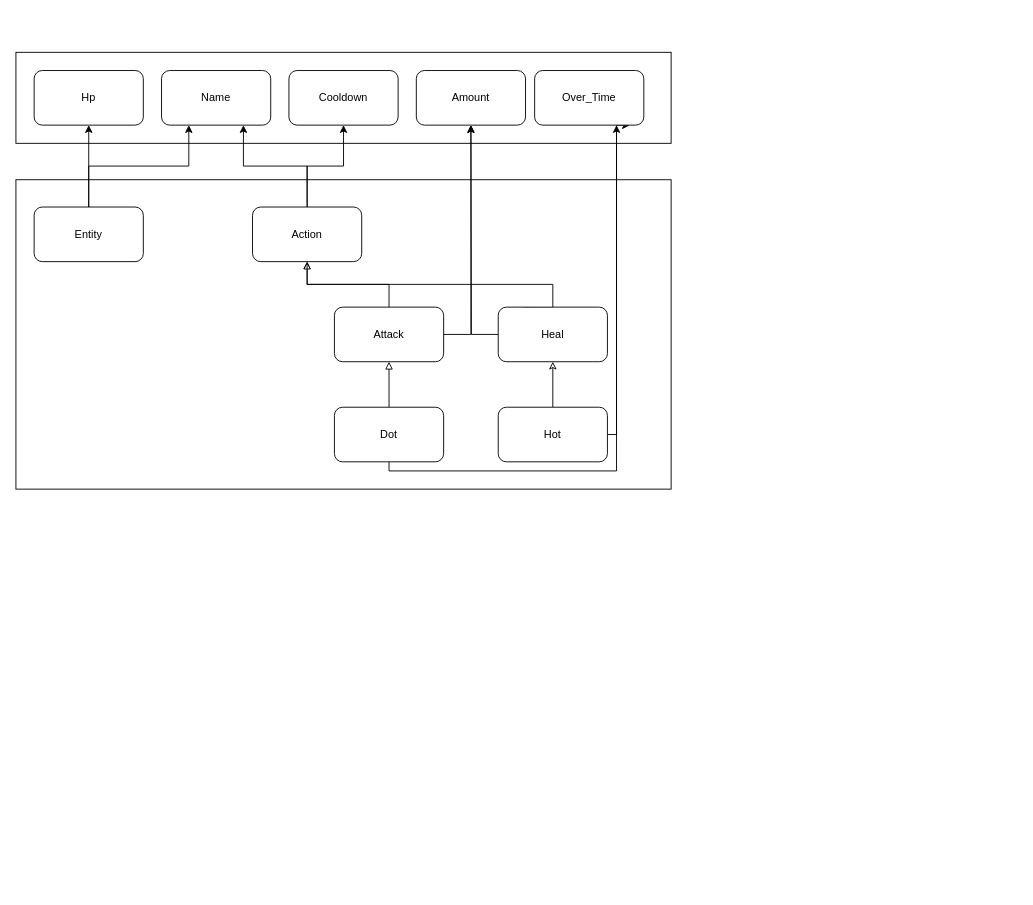
The draw.io diagram page "Components" (3 of 4) of Godot.drawio in kipikipoddev/Godot_Demo, before the edit. Source tidied: cells renumbered, new cells numbered last; positions are measured from the earlier drawing's top-left corner, leaving out a move shared by most shapes. Both pictures are drawn from the tidied source at 91%, with x=0, y=0 at pixel (15, 52).
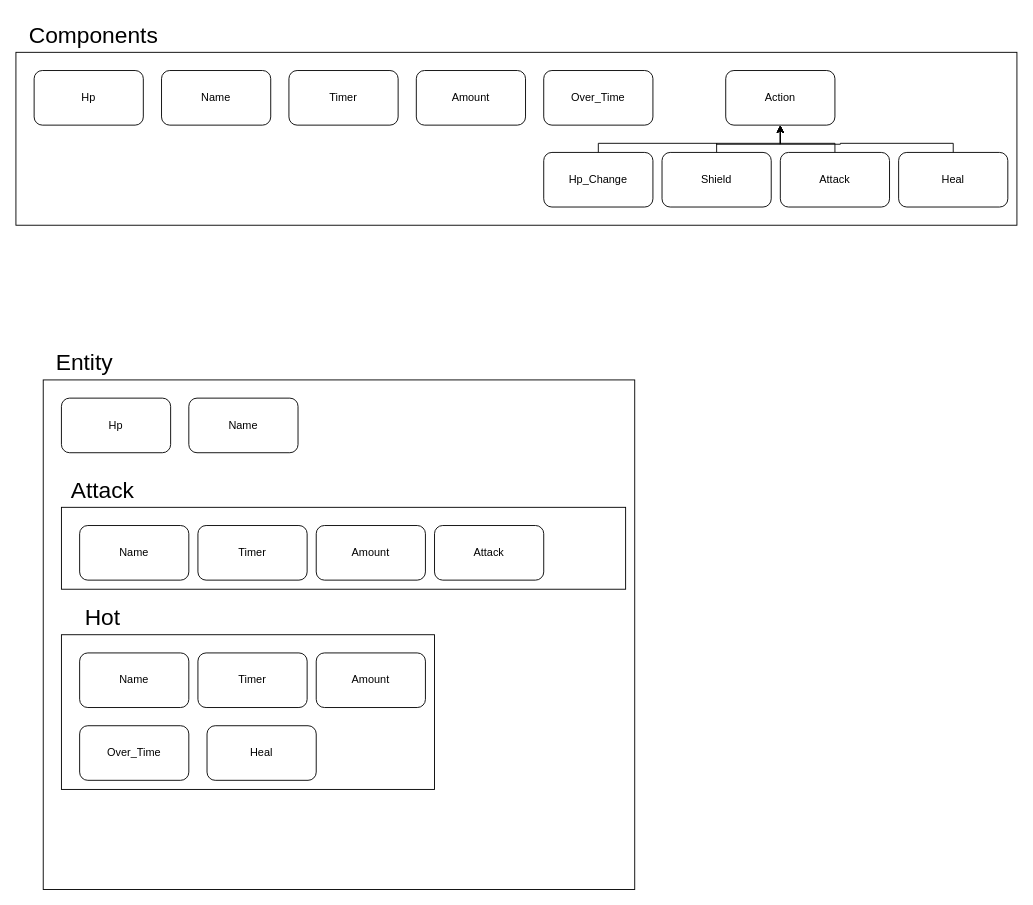
After the change.

The change refers to these unchanged cells:
```xml
<mxCell id="4" value="Hp" style="rounded=1;whiteSpace=wrap;html=1;" parent="1" vertex="1">
  <mxGeometry x="20" y="20" width="120" height="60" as="geometry" />
</mxCell>
<mxCell id="5" value="Name" style="rounded=1;whiteSpace=wrap;html=1;" parent="1" vertex="1">
  <mxGeometry x="160" y="20" width="120" height="60" as="geometry" />
</mxCell>
<mxCell id="6" value="Amount" style="rounded=1;whiteSpace=wrap;html=1;" parent="1" vertex="1">
  <mxGeometry x="440" y="20" width="120" height="60" as="geometry" />
</mxCell>
```

The edit, as a diff of the source:
```diff
@@
-    <mxCell id="2" style="rounded=0;whiteSpace=wrap;html=1;" parent="1" vertex="1">
-      <mxGeometry y="140" width="720" height="340" as="geometry" />
-    </mxCell>
     <mxCell id="3" style="rounded=0;whiteSpace=wrap;html=1;" parent="1" vertex="1">
-      <mxGeometry width="720" height="100" as="geometry" />
+      <mxGeometry width="1100" height="190" as="geometry" />
     </mxCell>
@@
-    <mxCell id="7" style="edgeStyle=orthogonalEdgeStyle;rounded=0;jettySize=auto;html=1;exitX=0.5;exitY=0;exitDx=0;exitDy=0;entryX=0.5;entryY=1;entryDx=0;entryDy=0;endArrow=open;endFill=0;" parent="1" edge="1" source="9" target="25">
-      <mxGeometry relative="1" as="geometry" />
-    </mxCell>
-    <mxCell id="8" style="edgeStyle=orthogonalEdgeStyle;rounded=0;jettySize=auto;html=1;exitX=1;exitY=0.5;exitDx=0;exitDy=0;entryX=0.5;entryY=1;entryDx=0;entryDy=0;" parent="1" edge="1" source="9" target="6">
-      <mxGeometry relative="1" as="geometry">
-        <Array as="points">
-          <mxPoint x="500" y="310" />
-        </Array>
-      </mxGeometry>
-    </mxCell>
-    <mxCell id="9" value="Attack" style="rounded=1;whiteSpace=wrap;html=1;" parent="1" vertex="1">
-      <mxGeometry x="350" y="280" width="120" height="60" as="geometry" />
-    </mxCell>
-    <mxCell id="10" style="edgeStyle=orthogonalEdgeStyle;rounded=0;jettySize=auto;html=1;exitX=0.226;exitY=0.011;exitDx=0;exitDy=0;exitPerimeter=0;strokeColor=default;endArrow=block;endFill=0;entryX=0.5;entryY=1;entryDx=0;entryDy=0;" parent="1" edge="1" source="12" target="25">
-      <mxGeometry relative="1" as="geometry">
-        <Array as="points">
-          <mxPoint x="590" y="281" />
-          <mxPoint x="590" y="255" />
-          <mxPoint x="320" y="255" />
-        </Array>
-      </mxGeometry>
-    </mxCell>
-    <mxCell id="11" style="edgeStyle=orthogonalEdgeStyle;rounded=0;jettySize=auto;html=1;exitX=0;exitY=0.5;exitDx=0;exitDy=0;" parent="1" edge="1" source="12">
-      <mxGeometry relative="1" as="geometry">
-        <mxPoint x="500" y="80" as="targetPoint" />
-      </mxGeometry>
-    </mxCell>
-    <mxCell id="12" value="Heal" style="rounded=1;whiteSpace=wrap;html=1;" parent="1" vertex="1">
-      <mxGeometry x="530" y="280" width="120" height="60" as="geometry" />
-    </mxCell>
-    <mxCell id="13" style="edgeStyle=orthogonalEdgeStyle;rounded=0;jettySize=auto;html=1;exitX=0.5;exitY=0;exitDx=0;exitDy=0;entryX=0.5;entryY=1;entryDx=0;entryDy=0;endArrow=block;endFill=0;" parent="1" edge="1" source="15" target="9">
-      <mxGeometry relative="1" as="geometry" />
-    </mxCell>
-    <mxCell id="14" style="edgeStyle=orthogonalEdgeStyle;rounded=0;jettySize=auto;html=1;exitX=0.5;exitY=1;exitDx=0;exitDy=0;entryX=0.75;entryY=1;entryDx=0;entryDy=0;" parent="1" edge="1" source="15" target="19">
-      <mxGeometry relative="1" as="geometry">
-        <Array as="points">
-          <mxPoint x="410" y="460" />
-          <mxPoint x="660" y="460" />
-        </Array>
-      </mxGeometry>
-    </mxCell>
-    <mxCell id="15" value="Dot" style="rounded=1;whiteSpace=wrap;html=1;" parent="1" vertex="1">
-      <mxGeometry x="350" y="390" width="120" height="60" as="geometry" />
-    </mxCell>
-    <mxCell id="16" style="edgeStyle=orthogonalEdgeStyle;rounded=0;jettySize=auto;html=1;exitX=0.5;exitY=0;exitDx=0;exitDy=0;entryX=0.5;entryY=1;entryDx=0;entryDy=0;endArrow=classic;endFill=0;" parent="1" edge="1" source="18" target="12">
-      <mxGeometry relative="1" as="geometry" />
-    </mxCell>
-    <mxCell id="17" style="edgeStyle=orthogonalEdgeStyle;rounded=0;jettySize=auto;html=1;exitX=1;exitY=0.5;exitDx=0;exitDy=0;entryX=0.872;entryY=1.003;entryDx=0;entryDy=0;entryPerimeter=0;" parent="1" edge="1" source="18" target="19">
-      <mxGeometry relative="1" as="geometry">
-        <Array as="points">
-          <mxPoint x="660" y="420" />
-          <mxPoint x="660" y="80" />
-        </Array>
-      </mxGeometry>
-    </mxCell>
+    <mxCell id="19" value="Over_Time" style="rounded=1;whiteSpace=wrap;html=1;" parent="1" vertex="1">
+      <mxGeometry x="580" y="20" width="120" height="60" as="geometry" />
+    </mxCell>
+    <mxCell id="26" value="Timer" style="rounded=1;whiteSpace=wrap;html=1;" parent="1" vertex="1">
+      <mxGeometry x="300" y="20" width="120" height="60" as="geometry" />
+    </mxCell>
+    <mxCell id="25" value="Action" style="rounded=1;whiteSpace=wrap;html=1;" parent="1" vertex="1">
+      <mxGeometry x="780" y="20" width="120" height="60" as="geometry" />
+    </mxCell>
+    <mxCell id="27" style="edgeStyle=orthogonalEdgeStyle;rounded=0;jettySize=auto;html=1;exitX=0.5;exitY=0;exitDx=0;exitDy=0;entryX=0.5;entryY=1;entryDx=0;entryDy=0;" parent="1" edge="1" source="28" target="25">
+      <mxGeometry relative="1" as="geometry">
+        <Array as="points">
+          <mxPoint x="770" y="100" />
+          <mxPoint x="840" y="100" />
+        </Array>
+      </mxGeometry>
+    </mxCell>
+    <mxCell id="28" value="Shield" style="rounded=1;whiteSpace=wrap;html=1;" parent="1" vertex="1">
+      <mxGeometry x="710" y="110" width="120" height="60" as="geometry" />
+    </mxCell>
+    <mxCell id="29" style="edgeStyle=orthogonalEdgeStyle;rounded=0;jettySize=auto;html=1;exitX=0.5;exitY=0;exitDx=0;exitDy=0;" parent="1" edge="1" source="30">
+      <mxGeometry relative="1" as="geometry">
+        <mxPoint x="840" y="80" as="targetPoint" />
+        <Array as="points">
+          <mxPoint x="640" y="100" />
+          <mxPoint x="770" y="100" />
+          <mxPoint x="840" y="101" />
+        </Array>
+      </mxGeometry>
+    </mxCell>
+    <mxCell id="30" value="Hp_Change" style="rounded=1;whiteSpace=wrap;html=1;" parent="1" vertex="1">
+      <mxGeometry x="580" y="110" width="120" height="60" as="geometry" />
+    </mxCell>
+    <mxCell id="31" value="Components" style="text;html=1;align=center;verticalAlign=middle;strokeColor=none;fillColor=none;fontSize=25;" parent="1" vertex="1">
+      <mxGeometry y="-40" width="170" height="40" as="geometry" />
+    </mxCell>
+    <mxCell id="32" style="edgeStyle=orthogonalEdgeStyle;rounded=0;jettySize=auto;html=1;exitX=0.5;exitY=0;exitDx=0;exitDy=0;entryX=0.5;entryY=1;entryDx=0;entryDy=0;" parent="1" edge="1" source="33" target="25">
+      <mxGeometry relative="1" as="geometry">
+        <Array as="points">
+          <mxPoint x="900" y="100" />
+          <mxPoint x="840" y="100" />
+        </Array>
+      </mxGeometry>
+    </mxCell>
+    <mxCell id="33" value="Attack" style="rounded=1;whiteSpace=wrap;html=1;" parent="1" vertex="1">
+      <mxGeometry x="840" y="110" width="120" height="60" as="geometry" />
+    </mxCell>
+    <mxCell id="34" style="edgeStyle=orthogonalEdgeStyle;rounded=0;jettySize=auto;html=1;exitX=0.5;exitY=0;exitDx=0;exitDy=0;" parent="1" edge="1" source="35">
+      <mxGeometry relative="1" as="geometry">
+        <mxPoint x="840" y="80" as="targetPoint" />
+        <Array as="points">
+          <mxPoint x="1030" y="100" />
+          <mxPoint x="906" y="100" />
+          <mxPoint x="840" y="101" />
+        </Array>
+      </mxGeometry>
+    </mxCell>
+    <mxCell id="35" value="Heal" style="rounded=1;whiteSpace=wrap;html=1;" parent="1" vertex="1">
+      <mxGeometry x="970" y="110" width="120" height="60" as="geometry" />
+    </mxCell>
+    <mxCell id="36" style="rounded=0;whiteSpace=wrap;html=1;" parent="1" vertex="1">
+      <mxGeometry x="30" y="360" width="650" height="560" as="geometry" />
+    </mxCell>
+    <mxCell id="22" value="Entity" style="text;html=1;align=center;verticalAlign=middle;points=[];strokeColor=none;fillColor=none;fontSize=25;" parent="1" vertex="1">
+      <mxGeometry x="30" y="320" width="90" height="40" as="geometry" />
+    </mxCell>
+    <mxCell id="37" value="Hp" style="rounded=1;whiteSpace=wrap;html=1;" parent="1" vertex="1">
+      <mxGeometry x="50" y="380" width="120" height="60" as="geometry" />
+    </mxCell>
+    <mxCell id="38" value="Name" style="rounded=1;whiteSpace=wrap;html=1;" parent="1" vertex="1">
+      <mxGeometry x="190" y="380" width="120" height="60" as="geometry" />
+    </mxCell>
+    <mxCell id="39" style="rounded=0;whiteSpace=wrap;html=1;" parent="1" vertex="1">
+      <mxGeometry x="50" y="500" width="620" height="90" as="geometry" />
+    </mxCell>
+    <mxCell id="40" value="Attack" style="text;html=1;align=center;verticalAlign=middle;strokeColor=none;fillColor=none;fontSize=25;" parent="1" vertex="1">
+      <mxGeometry x="50" y="460" width="90" height="40" as="geometry" />
+    </mxCell>
+    <mxCell id="41" value="Name" style="rounded=1;whiteSpace=wrap;html=1;" parent="1" vertex="1">
+      <mxGeometry x="70" y="520" width="120" height="60" as="geometry" />
+    </mxCell>
+    <mxCell id="42" value="Amount" style="rounded=1;whiteSpace=wrap;html=1;" parent="1" vertex="1">
+      <mxGeometry x="330" y="520" width="120" height="60" as="geometry" />
+    </mxCell>
+    <mxCell id="43" value="Timer" style="rounded=1;whiteSpace=wrap;html=1;" parent="1" vertex="1">
+      <mxGeometry x="200" y="520" width="120" height="60" as="geometry" />
+    </mxCell>
+    <mxCell id="44" value="Attack" style="rounded=1;whiteSpace=wrap;html=1;" parent="1" vertex="1">
+      <mxGeometry x="460" y="520" width="120" height="60" as="geometry" />
+    </mxCell>
+    <mxCell id="45" style="rounded=0;whiteSpace=wrap;html=1;" parent="1" vertex="1">
+      <mxGeometry x="50" y="640" width="410" height="170" as="geometry" />
+    </mxCell>
-    <mxCell id="18" value="Hot" style="rounded=1;whiteSpace=wrap;html=1;" parent="1" vertex="1">
-      <mxGeometry x="530" y="390" width="120" height="60" as="geometry" />
+    <mxCell id="18" value="Hot" style="text;html=1;align=center;verticalAlign=middle;points=[];strokeColor=none;fillColor=none;fontSize=25;" parent="1" vertex="1">
+      <mxGeometry x="65" y="600" width="60" height="40" as="geometry" />
     </mxCell>
-    <mxCell id="19" value="Over_Time" style="rounded=1;whiteSpace=wrap;html=1;" parent="1" vertex="1">
-      <mxGeometry x="570" y="20" width="120" height="60" as="geometry" />
-    </mxCell>
-    <mxCell id="20" style="edgeStyle=orthogonalEdgeStyle;rounded=0;jettySize=auto;html=1;exitX=0.5;exitY=0;exitDx=0;exitDy=0;entryX=0.5;entryY=1;entryDx=0;entryDy=0;" parent="1" edge="1" source="22" target="4">
-      <mxGeometry relative="1" as="geometry" />
-    </mxCell>
-    <mxCell id="21" style="edgeStyle=orthogonalEdgeStyle;rounded=0;jettySize=auto;html=1;exitX=0.5;exitY=0;exitDx=0;exitDy=0;entryX=0.25;entryY=1;entryDx=0;entryDy=0;" parent="1" edge="1" source="22" target="5">
-      <mxGeometry relative="1" as="geometry" />
-    </mxCell>
-    <mxCell id="22" value="Entity" style="rounded=1;whiteSpace=wrap;html=1;" parent="1" vertex="1">
-      <mxGeometry x="20" y="170" width="120" height="60" as="geometry" />
-    </mxCell>
-    <mxCell id="23" style="edgeStyle=orthogonalEdgeStyle;rounded=0;jettySize=auto;html=1;exitX=0.5;exitY=0;exitDx=0;exitDy=0;entryX=0.75;entryY=1;entryDx=0;entryDy=0;" parent="1" edge="1" source="25" target="5">
-      <mxGeometry relative="1" as="geometry" />
-    </mxCell>
-    <mxCell id="24" style="edgeStyle=orthogonalEdgeStyle;rounded=0;jettySize=auto;html=1;exitX=0.5;exitY=0;exitDx=0;exitDy=0;entryX=0.5;entryY=1;entryDx=0;entryDy=0;" parent="1" edge="1" source="25" target="26">
-      <mxGeometry relative="1" as="geometry" />
-    </mxCell>
-    <mxCell id="25" value="Action" style="rounded=1;whiteSpace=wrap;html=1;" parent="1" vertex="1">
-      <mxGeometry x="260" y="170" width="120" height="60" as="geometry" />
-    </mxCell>
-    <mxCell id="26" value="Cooldown" style="rounded=1;whiteSpace=wrap;html=1;" parent="1" vertex="1">
-      <mxGeometry x="300" y="20" width="120" height="60" as="geometry" />
-    </mxCell>
+    <mxCell id="46" value="Name" style="rounded=1;whiteSpace=wrap;html=1;" parent="1" vertex="1">
+      <mxGeometry x="70" y="660" width="120" height="60" as="geometry" />
+    </mxCell>
+    <mxCell id="47" value="Amount" style="rounded=1;whiteSpace=wrap;html=1;" parent="1" vertex="1">
+      <mxGeometry x="330" y="660" width="120" height="60" as="geometry" />
+    </mxCell>
+    <mxCell id="48" value="Timer" style="rounded=1;whiteSpace=wrap;html=1;" parent="1" vertex="1">
+      <mxGeometry x="200" y="660" width="120" height="60" as="geometry" />
+    </mxCell>
+    <mxCell id="49" value="Heal" style="rounded=1;whiteSpace=wrap;html=1;" parent="1" vertex="1">
+      <mxGeometry x="210" y="740" width="120" height="60" as="geometry" />
+    </mxCell>
+    <mxCell id="50" value="Over_Time" style="rounded=1;whiteSpace=wrap;html=1;" parent="1" vertex="1">
+      <mxGeometry x="70" y="740" width="120" height="60" as="geometry" />
+    </mxCell>
```
